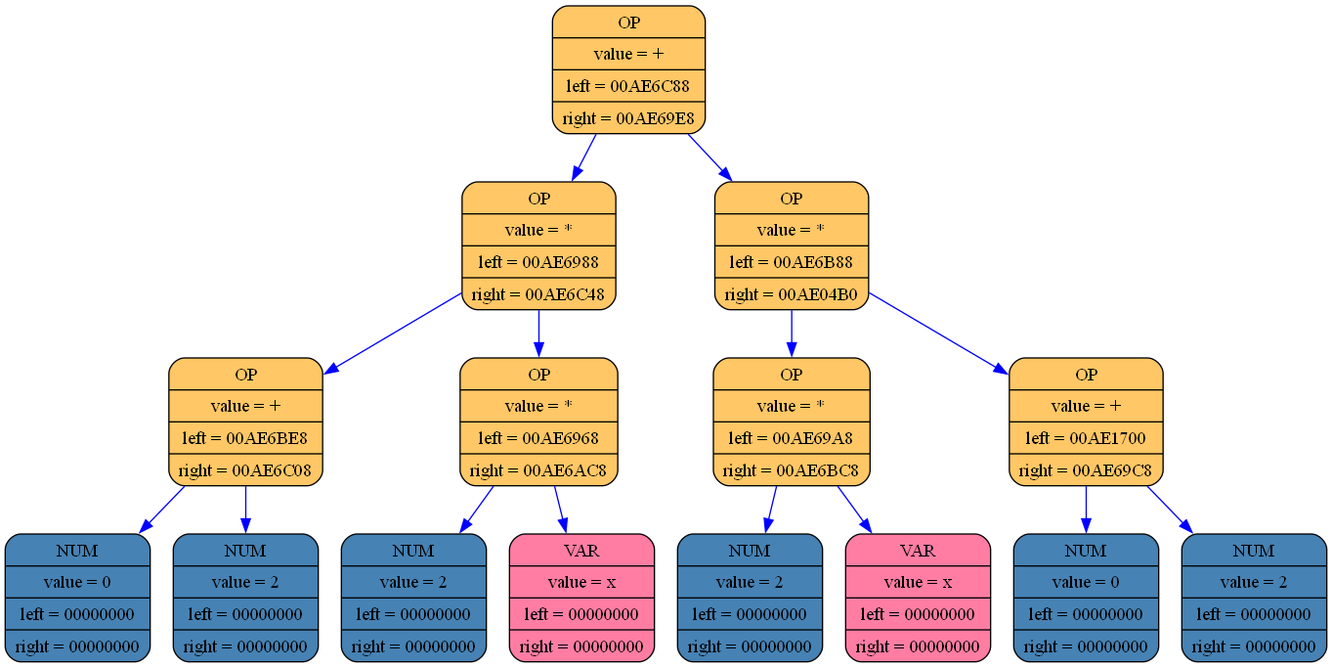
This is log_folder_differenciator/differenciator_graph.png from aywert/DIFFERENCIATOR, a Graphviz export, as it was before one commit. Its source is kept beside it as log_folder_differenciator/differenciator_graph.dot.
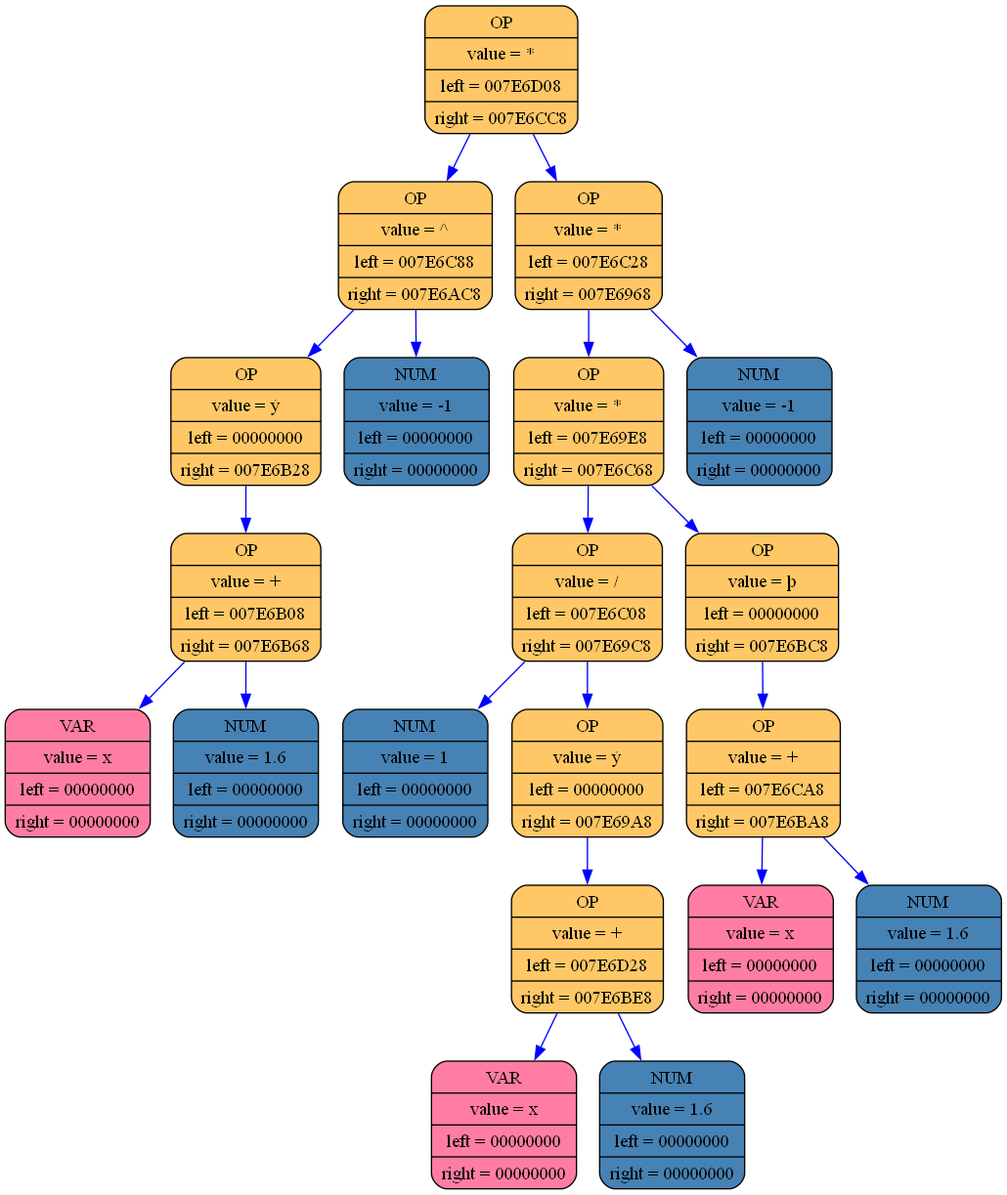
Above is the later version.

Change to the diagram source:
```diff
@@ -1,33 +1,43 @@
 digraph list
 {
 rankdir=HR;
-	11431152 [shape = Mrecord; style = filled; fillcolor="#ffc765"; color = "#000000"; fontcolor = "#000000"; label = "{ OP | value = + | left = 00AE6C88| right = 00AE69E8}"];
-	11431152 -> 11431056 [color="blue"]
-	11431056 [shape = Mrecord; style = filled; fillcolor="#ffc765"; color = "#000000"; fontcolor = "#000000"; label = "{ OP | value = * | left = 00AE6988| right = 00AE6C48}"];
-	11431056 -> 11430288 [color="blue"]
-	11430288 [shape = Mrecord; style = filled; fillcolor="#ffc765"; color = "#000000"; fontcolor = "#000000"; label = "{ OP | value = + | left = 00AE6BE8| right = 00AE6C08}"];
-	11430288 -> 11430896 [color="blue"]
-	11430896 [shape = Mrecord; style = filled; fillcolor="#4682b4"; color = "#000000"; fontcolor = "#000000"; label = "{ NUM | value = 0 | left = 00000000| right = 00000000}"];
-	11430288 -> 11430928 [color="blue"]
-	11430928 [shape = Mrecord; style = filled; fillcolor="#4682b4"; color = "#000000"; fontcolor = "#000000"; label = "{ NUM | value = 2 | left = 00000000| right = 00000000}"];
-	11431056 -> 11430992 [color="blue"]
-	11430992 [shape = Mrecord; style = filled; fillcolor="#ffc765"; color = "#000000"; fontcolor = "#000000"; label = "{ OP | value = * | left = 00AE6968| right = 00AE6AC8}"];
-	11430992 -> 11430256 [color="blue"]
-	11430256 [shape = Mrecord; style = filled; fillcolor="#4682b4"; color = "#000000"; fontcolor = "#000000"; label = "{ NUM | value = 2 | left = 00000000| right = 00000000}"];
-	11430992 -> 11430608 [color="blue"]
-	11430608 [shape = Mrecord; style = filled; fillcolor="#ff7da3"; color = "#000000"; fontcolor = "#000000"; label = "{ VAR | value = x | left = 00000000| right = 00000000}"];
-	11431152 -> 11430384 [color="blue"]
-	11430384 [shape = Mrecord; style = filled; fillcolor="#ffc765"; color = "#000000"; fontcolor = "#000000"; label = "{ OP | value = * | left = 00AE6B88| right = 00AE04B0}"];
-	11430384 -> 11430800 [color="blue"]
-	11430800 [shape = Mrecord; style = filled; fillcolor="#ffc765"; color = "#000000"; fontcolor = "#000000"; label = "{ OP | value = * | left = 00AE69A8| right = 00AE6BC8}"];
-	11430800 -> 11430320 [color="blue"]
-	11430320 [shape = Mrecord; style = filled; fillcolor="#4682b4"; color = "#000000"; fontcolor = "#000000"; label = "{ NUM | value = 2 | left = 00000000| right = 00000000}"];
-	11430800 -> 11430864 [color="blue"]
-	11430864 [shape = Mrecord; style = filled; fillcolor="#ff7da3"; color = "#000000"; fontcolor = "#000000"; label = "{ VAR | value = x | left = 00000000| right = 00000000}"];
-	11430384 -> 11404472 [color="blue"]
-	11404472 [shape = Mrecord; style = filled; fillcolor="#ffc765"; color = "#000000"; fontcolor = "#000000"; label = "{ OP | value = + | left = 00AE1700| right = 00AE69C8}"];
-	11404472 -> 11409160 [color="blue"]
-	11409160 [shape = Mrecord; style = filled; fillcolor="#4682b4"; color = "#000000"; fontcolor = "#000000"; label = "{ NUM | value = 0 | left = 00000000| right = 00000000}"];
-	11404472 -> 11430352 [color="blue"]
-	11430352 [shape = Mrecord; style = filled; fillcolor="#4682b4"; color = "#000000"; fontcolor = "#000000"; label = "{ NUM | value = 2 | left = 00000000| right = 00000000}"];
+	8287872 [shape = Mrecord; style = filled; fillcolor="#ffc765"; color = "#000000"; fontcolor = "#000000"; label = "{ OP | value = * | left = 007E6D08| right = 007E6CC8}"];
+	8287872 -> 8285456 [color="blue"]
+	8285456 [shape = Mrecord; style = filled; fillcolor="#ffc765"; color = "#000000"; fontcolor = "#000000"; label = "{ OP | value = ^ | left = 007E6C88| right = 007E6AC8}"];
+	8285456 -> 8285328 [color="blue"]
+	8285328 [shape = Mrecord; style = filled; fillcolor="#ffc765"; color = "#000000"; fontcolor = "#000000"; label = "{ OP | value = ý | left = 00000000| right = 007E6B28}"];
+	8285328 -> 8284976 [color="blue"]
+	8284976 [shape = Mrecord; style = filled; fillcolor="#ffc765"; color = "#000000"; fontcolor = "#000000"; label = "{ OP | value = + | left = 007E6B08| right = 007E6B68}"];
+	8284976 -> 8284944 [color="blue"]
+	8284944 [shape = Mrecord; style = filled; fillcolor="#ff7da3"; color = "#000000"; fontcolor = "#000000"; label = "{ VAR | value = x | left = 00000000| right = 00000000}"];
+	8284976 -> 8285040 [color="blue"]
+	8285040 [shape = Mrecord; style = filled; fillcolor="#4682b4"; color = "#000000"; fontcolor = "#000000"; label = "{ NUM | value = 1.6 | left = 00000000| right = 00000000}"];
+	8285456 -> 8284880 [color="blue"]
+	8284880 [shape = Mrecord; style = filled; fillcolor="#4682b4"; color = "#000000"; fontcolor = "#000000"; label = "{ NUM | value = -1 | left = 00000000| right = 00000000}"];
+	8287872 -> 8285392 [color="blue"]
+	8285392 [shape = Mrecord; style = filled; fillcolor="#ffc765"; color = "#000000"; fontcolor = "#000000"; label = "{ OP | value = * | left = 007E6C28| right = 007E6968}"];
+	8285392 -> 8285232 [color="blue"]
+	8285232 [shape = Mrecord; style = filled; fillcolor="#ffc765"; color = "#000000"; fontcolor = "#000000"; label = "{ OP | value = * | left = 007E69E8| right = 007E6C68}"];
+	8285232 -> 8284656 [color="blue"]
+	8284656 [shape = Mrecord; style = filled; fillcolor="#ffc765"; color = "#000000"; fontcolor = "#000000"; label = "{ OP | value = / | left = 007E6C08| right = 007E69C8}"];
+	8284656 -> 8285200 [color="blue"]
+	8285200 [shape = Mrecord; style = filled; fillcolor="#4682b4"; color = "#000000"; fontcolor = "#000000"; label = "{ NUM | value = 1 | left = 00000000| right = 00000000}"];
+	8284656 -> 8284624 [color="blue"]
+	8284624 [shape = Mrecord; style = filled; fillcolor="#ffc765"; color = "#000000"; fontcolor = "#000000"; label = "{ OP | value = ý | left = 00000000| right = 007E69A8}"];
+	8284624 -> 8284592 [color="blue"]
+	8284592 [shape = Mrecord; style = filled; fillcolor="#ffc765"; color = "#000000"; fontcolor = "#000000"; label = "{ OP | value = + | left = 007E6D28| right = 007E6BE8}"];
+	8284592 -> 8285488 [color="blue"]
+	8285488 [shape = Mrecord; style = filled; fillcolor="#ff7da3"; color = "#000000"; fontcolor = "#000000"; label = "{ VAR | value = x | left = 00000000| right = 00000000}"];
+	8284592 -> 8285168 [color="blue"]
+	8285168 [shape = Mrecord; style = filled; fillcolor="#4682b4"; color = "#000000"; fontcolor = "#000000"; label = "{ NUM | value = 1.6 | left = 00000000| right = 00000000}"];
+	8285232 -> 8285296 [color="blue"]
+	8285296 [shape = Mrecord; style = filled; fillcolor="#ffc765"; color = "#000000"; fontcolor = "#000000"; label = "{ OP | value = þ | left = 00000000| right = 007E6BC8}"];
+	8285296 -> 8285136 [color="blue"]
+	8285136 [shape = Mrecord; style = filled; fillcolor="#ffc765"; color = "#000000"; fontcolor = "#000000"; label = "{ OP | value = + | left = 007E6CA8| right = 007E6BA8}"];
+	8285136 -> 8285360 [color="blue"]
+	8285360 [shape = Mrecord; style = filled; fillcolor="#ff7da3"; color = "#000000"; fontcolor = "#000000"; label = "{ VAR | value = x | left = 00000000| right = 00000000}"];
+	8285136 -> 8285104 [color="blue"]
+	8285104 [shape = Mrecord; style = filled; fillcolor="#4682b4"; color = "#000000"; fontcolor = "#000000"; label = "{ NUM | value = 1.6 | left = 00000000| right = 00000000}"];
+	8285392 -> 8284528 [color="blue"]
+	8284528 [shape = Mrecord; style = filled; fillcolor="#4682b4"; color = "#000000"; fontcolor = "#000000"; label = "{ NUM | value = -1 | left = 00000000| right = 00000000}"];
 	}
```
